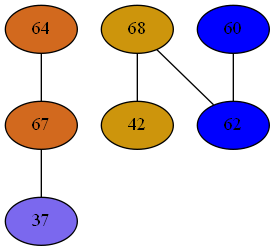
Earlier version of the Graphviz export Compiler/4phiGraph.png (mbajaj92/Project-Astoria). Its source is kept beside it as Compiler/4phiGraph.dot.
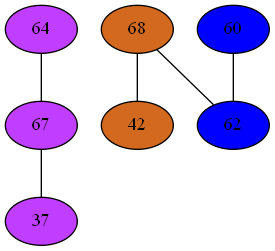
After the change.

What changed in the source:
```diff
@@ -1,15 +1,15 @@
 strict graph {
-64[label="64" style=filled fillcolor="chocolate"];
+64[label="64" style=filled fillcolor="darkorchid1"];
 64 -- 67
-67[label="67" style=filled fillcolor="chocolate"];
+67[label="67" style=filled fillcolor="darkorchid1"];
 67 -- 64
 67 -- 37
-68[label="68" style=filled fillcolor="darkgoldenrod3"];
+68[label="68" style=filled fillcolor="chocolate"];
 68 -- 42
 68 -- 62
-37[label="37" style=filled fillcolor="mediumslateblue"];
+37[label="37" style=filled fillcolor="darkorchid1"];
 37 -- 67
-42[label="42" style=filled fillcolor="darkgoldenrod3"];
+42[label="42" style=filled fillcolor="chocolate"];
 42 -- 68
 60[label="60" style=filled fillcolor="blue1"];
 60 -- 62
```
